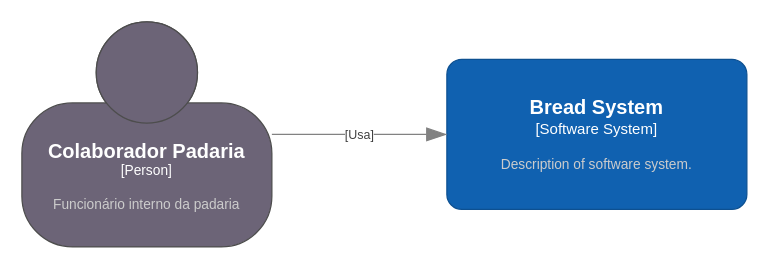
Earlier version of the draw.io diagram page "N1" (1 of 2) of projeto_padaria.drawio (RenanYMartins/projeto_padaria). Source tidied: cells renumbered, new cells numbered last; positions are measured from the earlier drawing's top-left corner, leaving out a move shared by most shapes. Both pictures are drawn from the tidied source at 125%, with x=0, y=0 at pixel (21, 21).
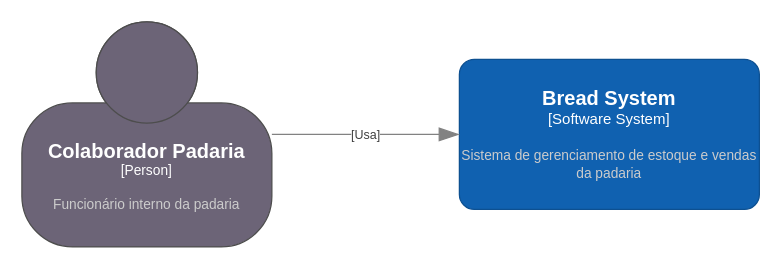
The same page after the edit.

Diff of the diagram source:
```diff
@@
 <mxGraphModel>
   <root>
     <mxCell id="0" />
     <mxCell id="1" parent="0" />
     <object id="2" label="&lt;font style=&quot;font-size: 16px&quot;&gt;&lt;b&gt;%c4Name%&lt;/b&gt;&lt;/font&gt;&lt;div&gt;[%c4Type%]&lt;/div&gt;&lt;br&gt;&lt;div&gt;&lt;font style=&quot;font-size: 11px&quot;&gt;&lt;font color=&quot;#cccccc&quot;&gt;%c4Description%&lt;/font&gt;&lt;/div&gt;" c4Description="Funcionário interno da padaria" c4Name="Colaborador Padaria" c4Type="Person" placeholders="1">
       <mxCell style="html=1;fontSize=11;dashed=0;whiteSpace=wrap;fillColor=#6C6477;strokeColor=#4D4D4D;fontColor=#ffffff;shape=mxgraph.c4.person2;align=center;points=[[0.5,0,0],[1,0.5,0],[1,0.75,0],[0.75,1,0],[0.5,1,0],[0.25,1,0],[0,0.75,0],[0,0.5,0]];" parent="1" vertex="1">
         <mxGeometry width="200" height="180" as="geometry" />
       </mxCell>
     </object>
-    <object id="3" label="&lt;font style=&quot;font-size: 16px&quot;&gt;&lt;b&gt;%c4Name%&lt;/b&gt;&lt;/font&gt;&lt;div&gt;[%c4Type%]&lt;/div&gt;&lt;br&gt;&lt;div&gt;&lt;font style=&quot;font-size: 11px&quot;&gt;&lt;font color=&quot;#cccccc&quot;&gt;%c4Description%&lt;/font&gt;&lt;/div&gt;" c4Description="Description of software system." c4Name="Bread System" c4Type="Software System" placeholders="1">
+    <object id="3" label="&lt;font style=&quot;font-size: 16px&quot;&gt;&lt;b&gt;%c4Name%&lt;/b&gt;&lt;/font&gt;&lt;div&gt;[%c4Type%]&lt;/div&gt;&lt;br&gt;&lt;div&gt;&lt;font style=&quot;font-size: 11px&quot;&gt;&lt;font color=&quot;#cccccc&quot;&gt;%c4Description%&lt;/font&gt;&lt;/div&gt;" c4Description="Sistema de gerenciamento de estoque e vendas da padaria" c4Name="Bread System" c4Type="Software System" placeholders="1">
       <mxCell style="rounded=1;whiteSpace=wrap;html=1;labelBackgroundColor=none;fillColor=#1061B0;fontColor=#ffffff;align=center;arcSize=10;strokeColor=#0D5091;points=[[0.25,0,0],[0.5,0,0],[0.75,0,0],[1,0.25,0],[1,0.5,0],[1,0.75,0],[0.75,1,0],[0.5,1,0],[0.25,1,0],[0,0.75,0],[0,0.5,0],[0,0.25,0]];" parent="1" vertex="1">
-        <mxGeometry x="340" y="30" width="240" height="120" as="geometry" />
+        <mxGeometry x="350" y="30" width="240" height="120" as="geometry" />
       </mxCell>
     </object>
     <object id="4" label="&lt;div style=&quot;text-align: left&quot;&gt;&lt;div style=&quot;text-align: center&quot;&gt;&lt;b&gt;%c4Description%&lt;/b&gt;&lt;/div&gt;&lt;div style=&quot;text-align: center&quot;&gt;[%c4Technology%]&lt;/div&gt;&lt;/div&gt;" c4Description="" c4Technology="Usa" placeholders="1">
       <mxCell style="endArrow=blockThin;html=1;fontSize=10;fontColor=#404040;strokeWidth=1;endFill=1;strokeColor=#828282;elbow=vertical;endSize=14;startSize=14;jumpStyle=arc;jumpSize=16;rounded=0;edgeStyle=orthogonalEdgeStyle;" parent="1" edge="1" source="2" target="3">
         <mxGeometry relative="1" as="geometry" />
       </mxCell>
     </object>
   </root>
 </mxGraphModel>
```
